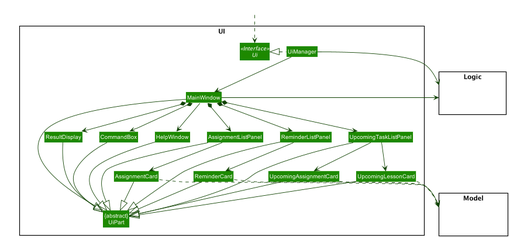
Above: docs/images/UiClassDiagram.png in nus-cs2103-AY2021S1/tp (PlantUML), before the change.
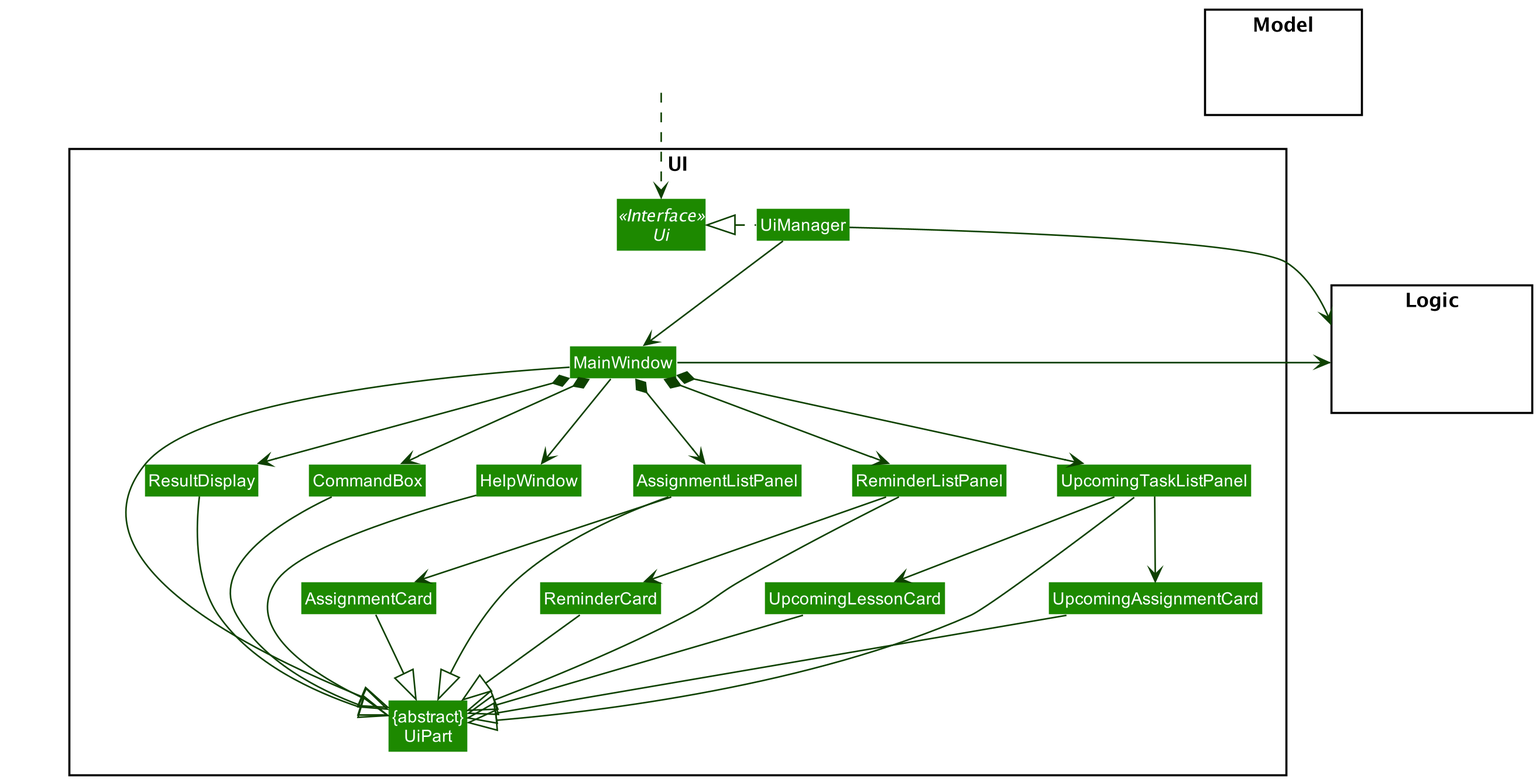
The same diagram one commit later.

Commit message:
Divide UiClassDiagram into 2 parts

The edit, as a diff of the source:
```diff
@@ -59,11 +59,6 @@
 UpcomingLessonCard --|> UiPart
 UpcomingTaskListPanel --|> UiPart
 
-UpcomingLessonCard ..> Model
-AssignmentCard ..> Model
-UpcomingAssignmentCard ..> Model
-ReminderCard ..> Model
-
 UiManager -right-> Logic
 MainWindow -left-> Logic
 
```
